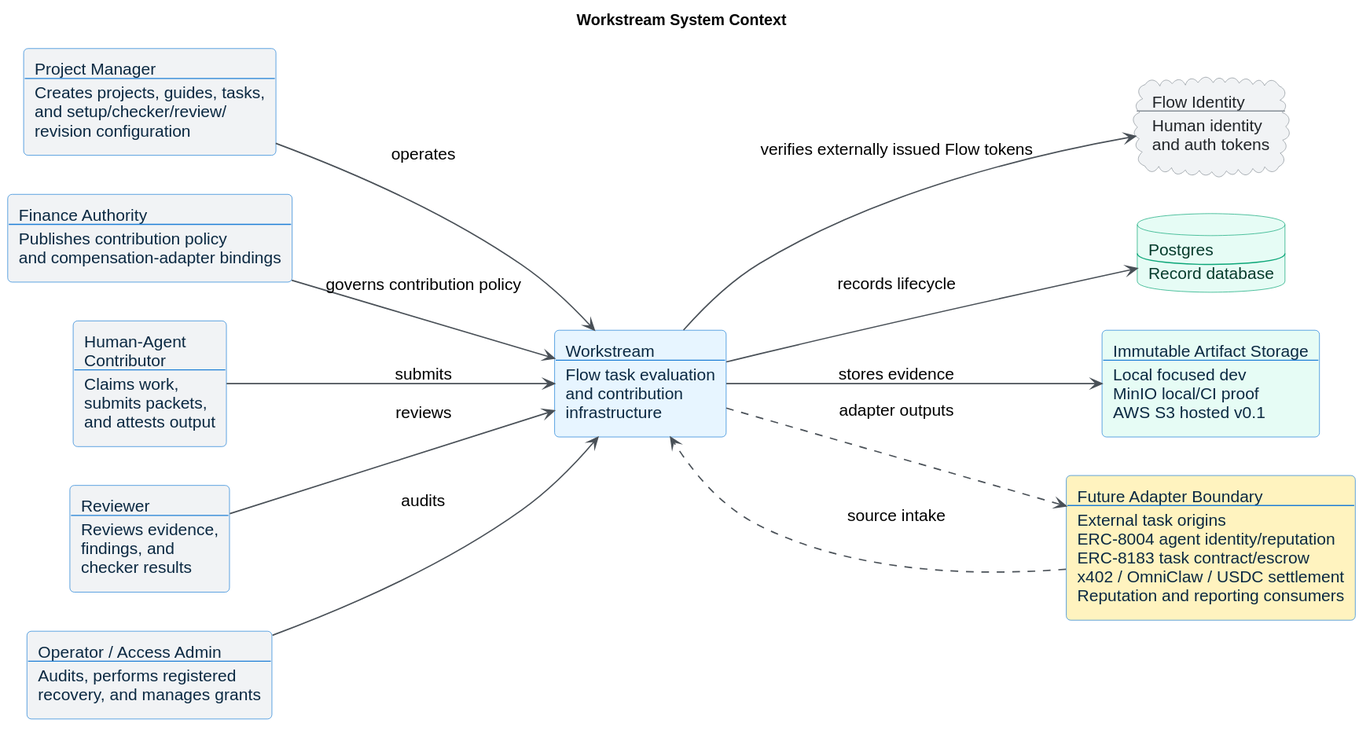
Earlier version of the PlantUML export docs/diagrams/rendered/workstream_context.svg (jorshimayor/workstream).
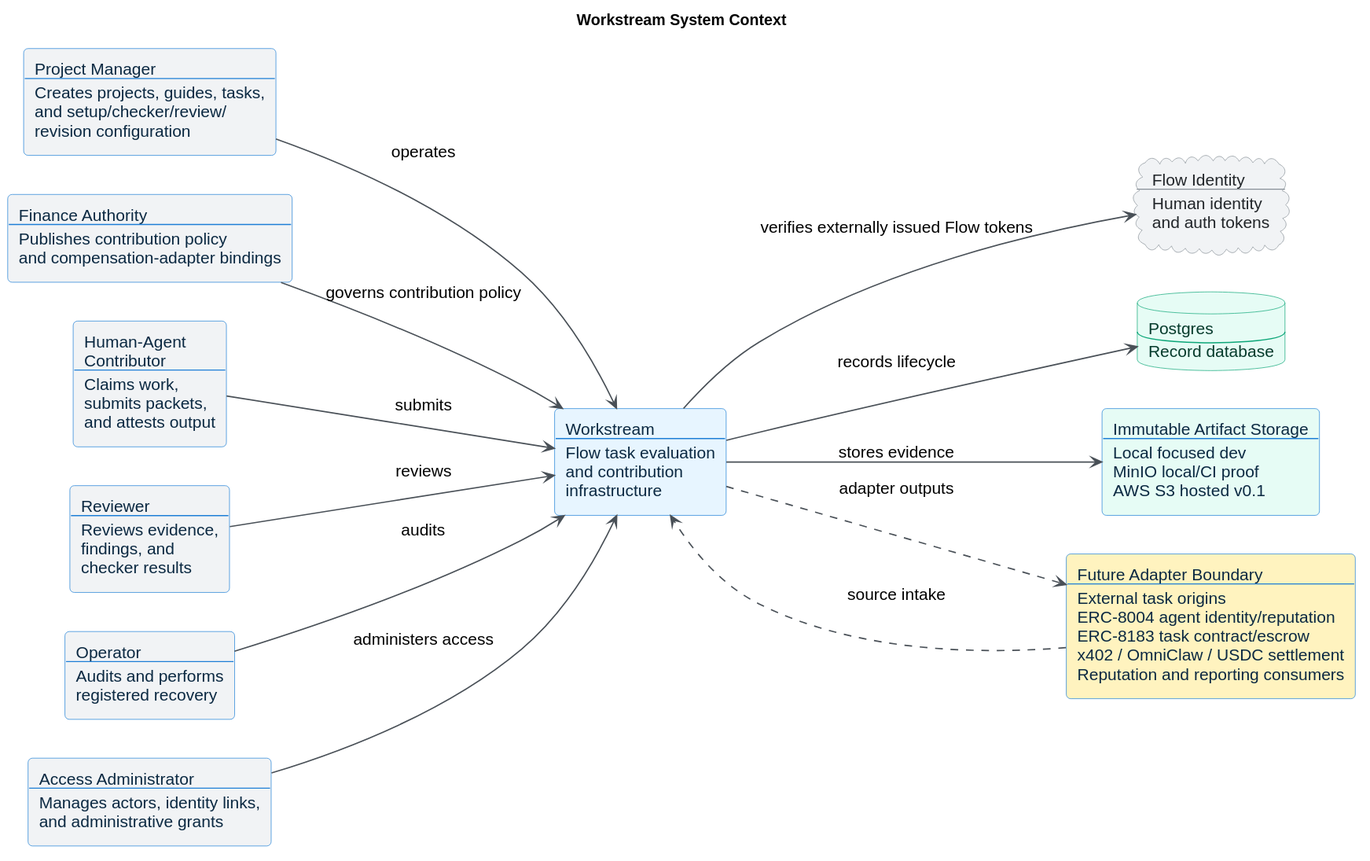
The same diagram one commit later.

Change to the diagram source:
```diff
@@ -31,7 +31,8 @@
 rectangle "Finance Authority\n----\nPublishes contribution policy\nand compensation-adapter bindings" as finance_authority #F1F3F5
 rectangle "Human-Agent\nContributor\n----\nClaims work,\nsubmits packets,\nand attests output" as contributor #F1F3F5
 rectangle "Reviewer\n----\nReviews evidence,\nfindings, and\nchecker results" as reviewer #F1F3F5
-rectangle "Operator / Access Admin\n----\nAudits, performs registered\nrecovery, and manages grants" as operator #F1F3F5
+rectangle "Operator\n----\nAudits and performs\nregistered recovery" as operator #F1F3F5
+rectangle "Access Administrator\n----\nManages actors, identity links,\nand administrative grants" as access_administrator #F1F3F5
 
 rectangle "Workstream\n----\nFlow task evaluation\nand contribution\ninfrastructure" as workstream #E7F5FF
 
@@ -46,6 +47,7 @@
 contributor --> workstream : submits
 reviewer --> workstream : reviews
 operator --> workstream : audits
+access_administrator --> workstream : administers access
 
 workstream --> flow_auth : verifies externally issued Flow tokens
 workstream --> postgres : records lifecycle
```
